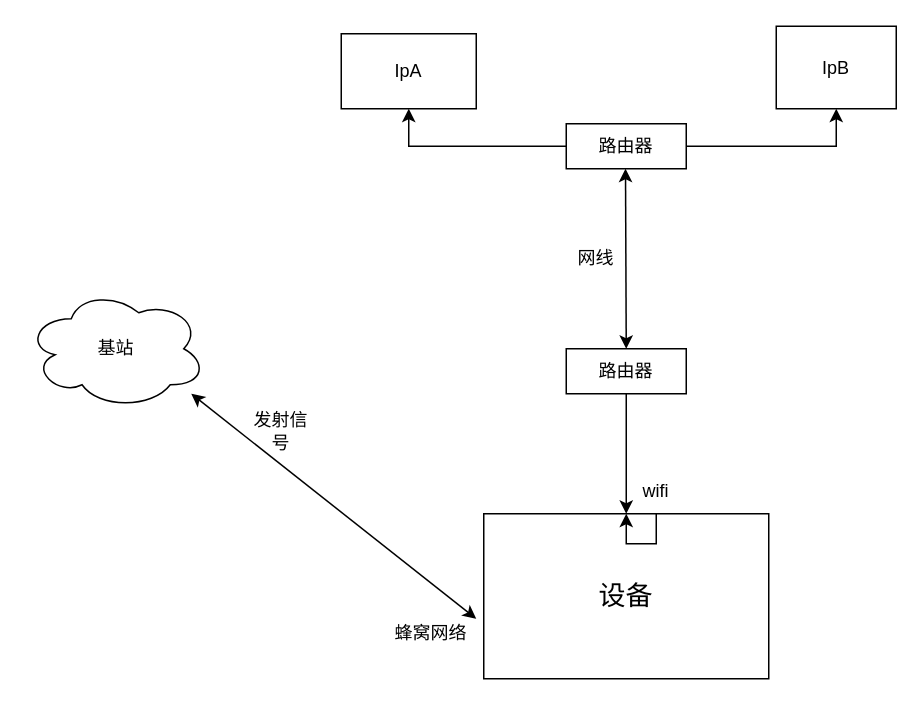
Above: NET.drawio in LessTalk/Less_Http (draw.io), before the change. Source tidied: cells renumbered, new cells numbered last; positions are measured from the earlier drawing's top-left corner, leaving out a move shared by most shapes. Both pictures are drawn from the tidied source at 150%, with x=0, y=0 at pixel (26, 26).
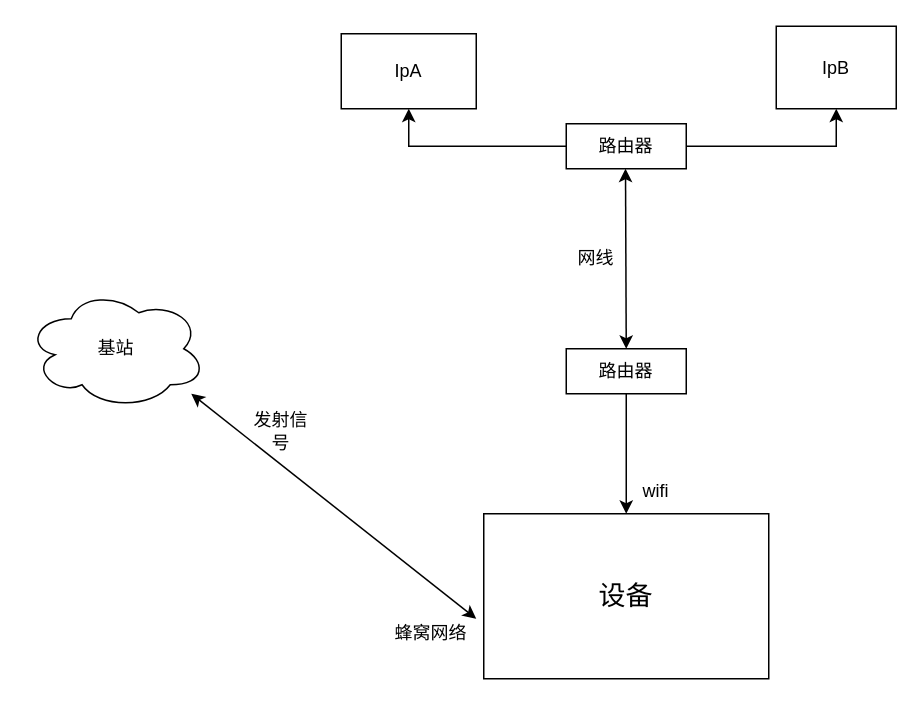
The same diagram, later.

Unchanged cells that the change refers to:
```xml
<mxCell id="11" value="&lt;font style=&quot;font-size: 18px&quot;&gt;设备&lt;/font&gt;" style="rounded=0;whiteSpace=wrap;html=1;" parent="1" vertex="1">
  <mxGeometry x="305" y="325" width="190" height="110" as="geometry" />
</mxCell>
<mxCell id="13" value="wifi" style="text;html=1;strokeColor=none;fillColor=none;align=center;verticalAlign=middle;whiteSpace=wrap;rounded=0;" parent="1" vertex="1">
  <mxGeometry x="390" y="295" width="60" height="30" as="geometry" />
</mxCell>
```

What changed in the source:
```diff
@@
-    <mxCell id="12" style="edgeStyle=orthogonalEdgeStyle;rounded=0;jettySize=auto;html=1;" parent="1" edge="1" source="13" target="11">
-      <mxGeometry relative="1" as="geometry" />
-    </mxCell>
```
